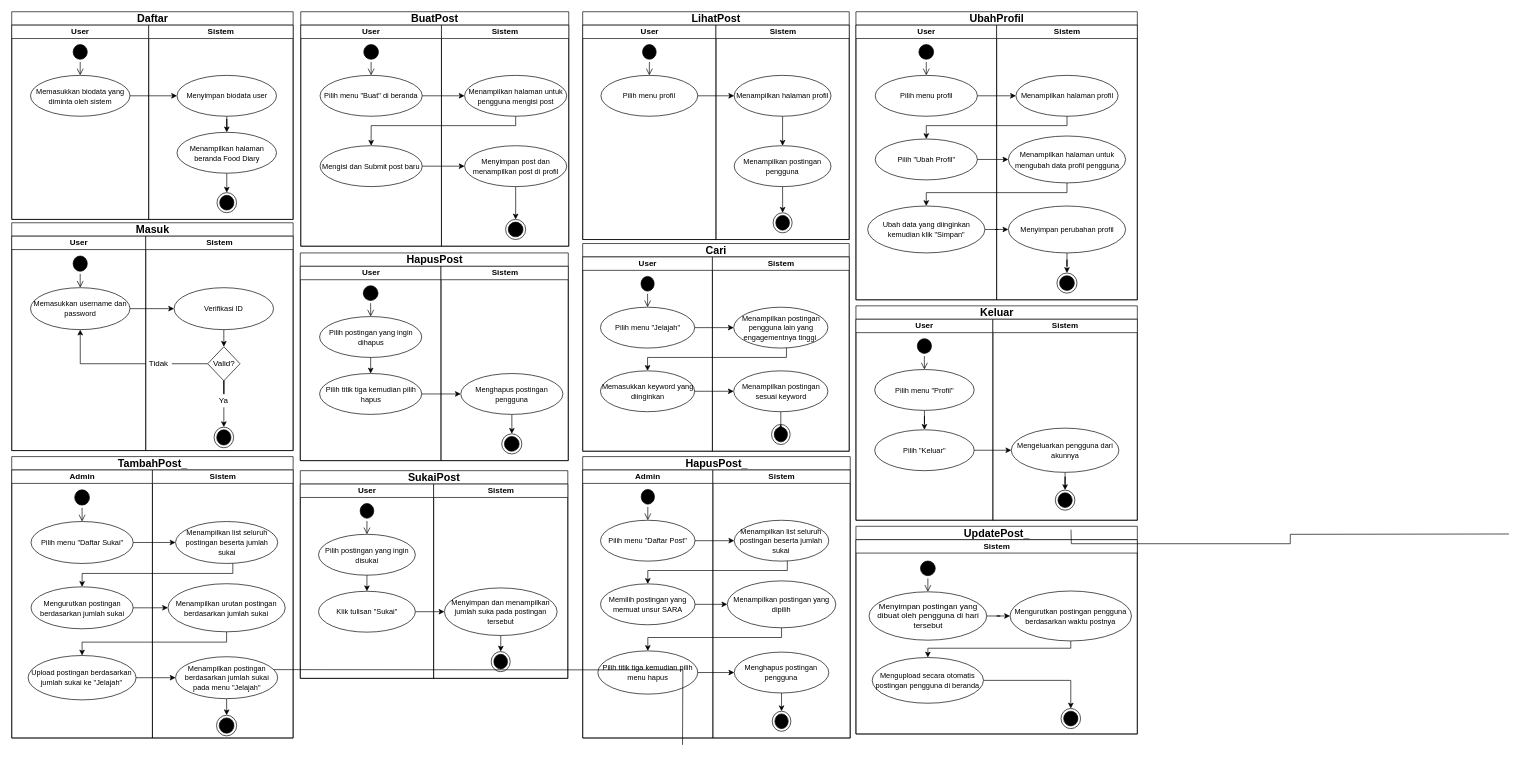
Before: page "Activity Diagram" (2 of 3) of Usecase Diagram, Activity Diagram, dan Class Diagram.drawio in j3c118131/RPL, a draw.io diagram. Source tidied: cells renumbered, new cells numbered last; positions are measured from the earlier drawing's top-left corner, leaving out a move shared by most shapes. Both pictures are drawn from the tidied source at 67%, with x=0, y=0 at pixel (11, 11).
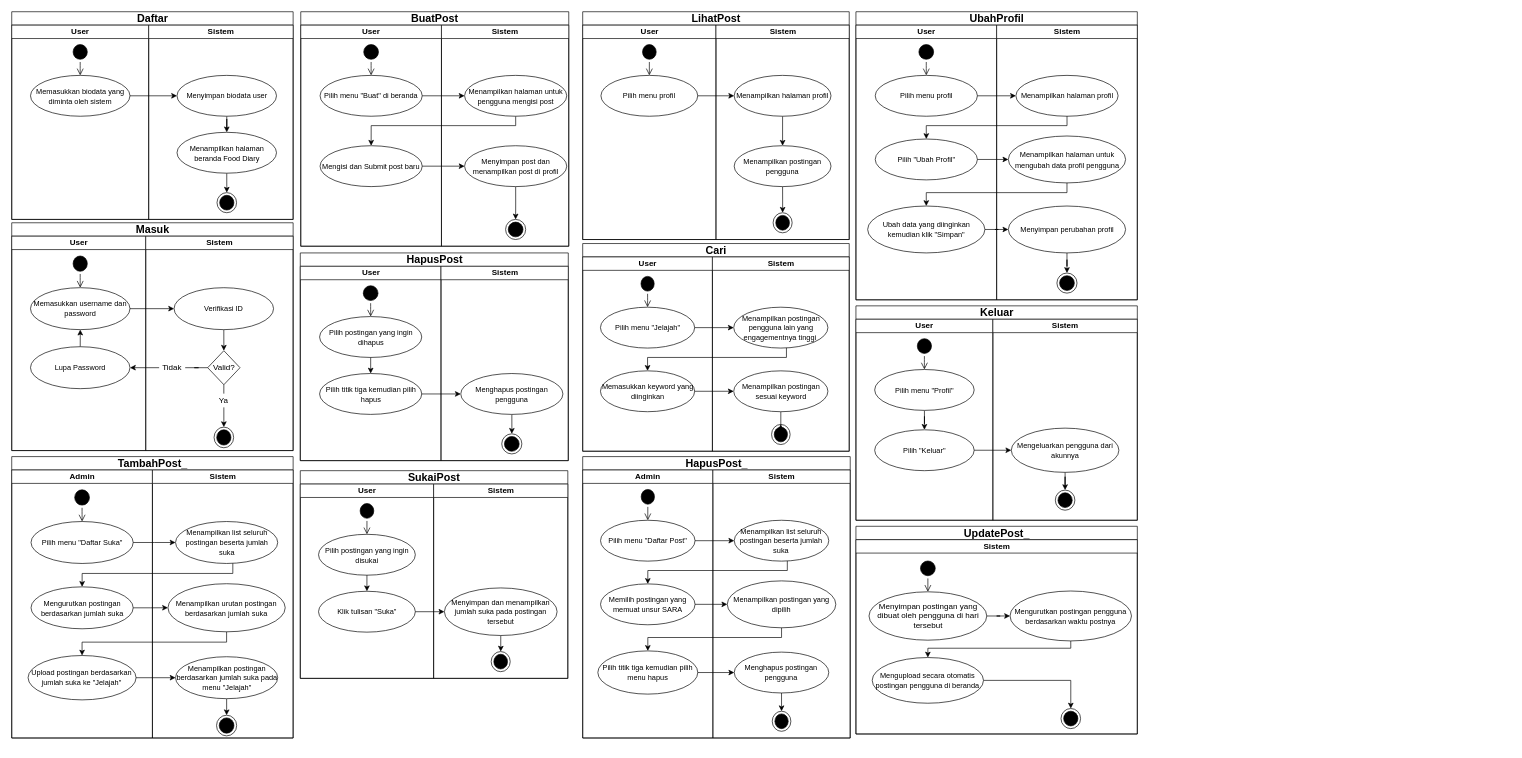
The same page after the edit.

Unchanged cells that the change refers to:
```xml
<mxCell id="45" value="User" style="swimlane;html=1;startSize=20;" parent="44" vertex="1">
  <mxGeometry y="20" width="199" height="290" as="geometry" />
</mxCell>
<mxCell id="96" value="Sistem" style="swimlane;html=1;startSize=20;" parent="89" vertex="1">
  <mxGeometry x="194.3" y="20" width="204.9" height="400" as="geometry" />
</mxCell>
<mxCell id="126" value="Masuk" style="swimlane;html=1;startSize=20;fontSize=16;" parent="1" vertex="1">
  <mxGeometry y="315" width="420" height="340" as="geometry" />
</mxCell>
<mxCell id="127" value="User" style="swimlane;html=1;startSize=20;" parent="126" vertex="1">
  <mxGeometry y="20" width="200" height="320" as="geometry" />
</mxCell>
<mxCell id="128" value="&lt;font style=&quot;font-size: 11px&quot;&gt;Memasukkan username dan password&lt;/font&gt;" style="ellipse;whiteSpace=wrap;html=1;align=center;strokeColor=#000000;fillColor=#FFFFFF;" parent="127" vertex="1">
  <mxGeometry x="28" y="76.9" width="148.5" height="62.6" as="geometry" />
</mxCell>
<mxCell id="132" value="Sistem" style="swimlane;html=1;startSize=20;" parent="126" vertex="1">
  <mxGeometry x="200" y="20" width="220" height="320" as="geometry" />
</mxCell>
<mxCell id="139" value="Ya" style="text;html=1;strokeColor=none;fillColor=none;align=center;verticalAlign=middle;whiteSpace=wrap;rounded=0;" parent="132" vertex="1">
  <mxGeometry x="97.1" y="235" width="38.9" height="20.5" as="geometry" />
</mxCell>
<mxCell id="159" value="Sistem" style="swimlane;html=1;startSize=20;" parent="152" vertex="1">
  <mxGeometry x="204.4" y="20" width="215.6" height="300" as="geometry" />
</mxCell>
<mxCell id="166" value="Admin" style="swimlane;html=1;startSize=20;" parent="165" vertex="1">
  <mxGeometry y="20" width="210" height="400" as="geometry" />
</mxCell>
<mxCell id="172" value="Sistem" style="swimlane;html=1;startSize=20;" parent="165" vertex="1">
  <mxGeometry x="210" y="20" width="210" height="400" as="geometry" />
</mxCell>
```

Diff of the diagram source:
```diff
@@
-    <mxCell id="46" value="&lt;span style=&quot;font-size: 11px&quot;&gt;Klik tulisan &quot;Sukai&quot;&lt;/span&gt;" style="ellipse;whiteSpace=wrap;html=1;align=center;strokeColor=#000000;fillColor=#FFFFFF;" parent="45" vertex="1">
+    <mxCell id="46" value="&lt;span style=&quot;font-size: 11px&quot;&gt;Klik tulisan &quot;Suka&quot;&lt;/span&gt;" style="ellipse;whiteSpace=wrap;html=1;align=center;strokeColor=#000000;fillColor=#FFFFFF;" parent="45" vertex="1">
       <mxGeometry x="27.2" y="160" width="144.5" height="61" as="geometry" />
     </mxCell>
@@
-    <mxCell id="98" value="&lt;span style=&quot;font-size: 11px&quot;&gt;Menampilkan list seluruh postingan beserta jumlah sukai&lt;/span&gt;" style="ellipse;whiteSpace=wrap;html=1;align=center;strokeColor=#000000;fillColor=#FFFFFF;" parent="96" vertex="1">
+    <mxCell id="98" value="&lt;span style=&quot;font-size: 11px&quot;&gt;Menampilkan list seluruh postingan beserta jumlah suka&lt;/span&gt;" style="ellipse;whiteSpace=wrap;html=1;align=center;strokeColor=#000000;fillColor=#FFFFFF;" parent="96" vertex="1">
       <mxGeometry x="31.9" y="75" width="141.1" height="61" as="geometry" />
     </mxCell>
@@
-    <mxCell id="123" value="Tidak" style="text;html=1;strokeColor=none;fillColor=none;align=center;verticalAlign=middle;whiteSpace=wrap;rounded=0;" parent="1" vertex="1">
-      <mxGeometry x="200" y="510" width="38.9" height="30.8" as="geometry" />
-    </mxCell>
-    <mxCell id="124" style="edgeStyle=orthogonalEdgeStyle;rounded=0;jettySize=auto;html=1;endArrow=classic;endFill=1;strokeColor=#000000;entryX=0.5;entryY=1;entryDx=0;entryDy=0;" parent="1" edge="1" source="123" target="128">
-      <mxGeometry relative="1" as="geometry">
-        <Array as="points">
-          <mxPoint x="102" y="525" />
-        </Array>
-      </mxGeometry>
-    </mxCell>
-    <mxCell id="125" style="edgeStyle=orthogonalEdgeStyle;rounded=0;jettySize=auto;html=1;entryX=1;entryY=0.5;entryDx=0;entryDy=0;endArrow=none;endFill=0;strokeColor=#000000;" parent="1" edge="1" source="138" target="123">
-      <mxGeometry relative="1" as="geometry" />
-    </mxCell>
@@
+    <mxCell id="185" style="edgeStyle=orthogonalEdgeStyle;rounded=0;jettySize=auto;html=1;entryX=0.5;entryY=1;entryDx=0;entryDy=0;" parent="127" edge="1" source="186" target="128">
+      <mxGeometry relative="1" as="geometry" />
+    </mxCell>
+    <mxCell id="186" value="&lt;span style=&quot;font-size: 11px&quot;&gt;Lupa Password&lt;/span&gt;" style="ellipse;whiteSpace=wrap;html=1;align=center;strokeColor=#000000;fillColor=#FFFFFF;" parent="127" vertex="1">
+      <mxGeometry x="28" y="165" width="148.5" height="62.6" as="geometry" />
+    </mxCell>
@@
+    <mxCell id="123" value="Tidak" style="text;html=1;strokeColor=none;fillColor=none;align=center;verticalAlign=middle;whiteSpace=wrap;rounded=0;" parent="132" vertex="1">
+      <mxGeometry x="20" y="180.9" width="38.9" height="30.8" as="geometry" />
+    </mxCell>
+    <mxCell id="138" value="Valid?" style="rhombus;whiteSpace=wrap;html=1;strokeColor=#000000;fillColor=#FFFFFF;" parent="132" vertex="1">
+      <mxGeometry x="92.5" y="170.9" width="48.2" height="50.8" as="geometry" />
+    </mxCell>
@@
-    <mxCell id="137" style="edgeStyle=orthogonalEdgeStyle;rounded=0;jettySize=auto;html=1;entryX=0.5;entryY=0;entryDx=0;entryDy=0;strokeColor=#000000;endArrow=none;endFill=0;" parent="132" edge="1" source="138" target="139">
+    <mxCell id="137" style="edgeStyle=orthogonalEdgeStyle;rounded=0;jettySize=auto;html=1;entryX=0.5;entryY=0;entryDx=0;entryDy=0;strokeColor=#000000;endArrow=none;endFill=0;exitX=0.5;exitY=1;exitDx=0;exitDy=0;" parent="132" edge="1" source="138" target="139">
       <mxGeometry relative="1" as="geometry" />
     </mxCell>
-    <mxCell id="138" value="Valid?" style="rhombus;whiteSpace=wrap;html=1;strokeColor=#000000;fillColor=#FFFFFF;" parent="132" vertex="1">
-      <mxGeometry x="92.5" y="165" width="48.2" height="50.8" as="geometry" />
-    </mxCell>
@@
+    <mxCell id="125" style="edgeStyle=orthogonalEdgeStyle;rounded=0;jettySize=auto;html=1;entryX=1;entryY=0.5;entryDx=0;entryDy=0;endArrow=none;endFill=0;strokeColor=#000000;" parent="132" edge="1" source="138" target="123">
+      <mxGeometry relative="1" as="geometry" />
+    </mxCell>
+    <mxCell id="187" style="edgeStyle=orthogonalEdgeStyle;rounded=0;jettySize=auto;html=1;entryX=1;entryY=0.5;entryDx=0;entryDy=0;" parent="126" edge="1" source="123" target="186">
+      <mxGeometry relative="1" as="geometry" />
+    </mxCell>
@@
-    <mxCell id="160" style="edgeStyle=orthogonalEdgeStyle;rounded=0;orthogonalLoop=1;jettySize=auto;html=1;entryX=0.5;entryY=0;entryDx=0;entryDy=0;strokeColor=#000000;endArrow=none;endFill=0;" parent="159" edge="1">
-      <mxGeometry relative="1" as="geometry">
-        <mxPoint x="770.2" y="320.5" as="sourcePoint" />
-        <mxPoint x="116.6" y="314" as="targetPoint" />
-      </mxGeometry>
-    </mxCell>
@@
-    <mxCell id="167" value="&lt;span style=&quot;font-size: 11px&quot;&gt;Upload postingan berdasarkan jumlah sukai ke &quot;Jelajah&quot;&lt;/span&gt;" style="ellipse;whiteSpace=wrap;html=1;align=center;strokeColor=#000000;fillColor=#FFFFFF;" parent="166" vertex="1">
+    <mxCell id="167" value="&lt;span style=&quot;font-size: 11px&quot;&gt;Upload postingan berdasarkan jumlah suka ke &quot;Jelajah&quot;&lt;/span&gt;" style="ellipse;whiteSpace=wrap;html=1;align=center;strokeColor=#000000;fillColor=#FFFFFF;" parent="166" vertex="1">
       <mxGeometry x="24.4" y="276.9" width="161.2" height="66.2" as="geometry" />
     </mxCell>
-    <mxCell id="168" value="&lt;span style=&quot;font-size: 11px&quot;&gt;Pilih menu &quot;Daftar Sukai&quot;&lt;/span&gt;" style="ellipse;whiteSpace=wrap;html=1;align=center;strokeColor=#000000;fillColor=#FFFFFF;" parent="166" vertex="1">
+    <mxCell id="168" value="&lt;span style=&quot;font-size: 11px&quot;&gt;Pilih menu &quot;Daftar Suka&quot;&lt;/span&gt;" style="ellipse;whiteSpace=wrap;html=1;align=center;strokeColor=#000000;fillColor=#FFFFFF;" parent="166" vertex="1">
       <mxGeometry x="28.8" y="76.9" width="152.5" height="62.6" as="geometry" />
     </mxCell>
@@
-    <mxCell id="171" value="&lt;span style=&quot;font-size: 11px&quot;&gt;Mengurutkan postingan berdasarkan jumlah sukai&lt;/span&gt;" style="ellipse;whiteSpace=wrap;html=1;align=center;strokeColor=#000000;fillColor=#FFFFFF;" parent="166" vertex="1">
+    <mxCell id="171" value="&lt;span style=&quot;font-size: 11px&quot;&gt;Mengurutkan postingan berdasarkan jumlah suka&lt;/span&gt;" style="ellipse;whiteSpace=wrap;html=1;align=center;strokeColor=#000000;fillColor=#FFFFFF;" parent="166" vertex="1">
       <mxGeometry x="28.8" y="174.4" width="152.5" height="62.6" as="geometry" />
     </mxCell>
@@
-    <mxCell id="174" style="edgeStyle=orthogonalEdgeStyle;rounded=0;orthogonalLoop=1;jettySize=auto;html=1;entryX=0.5;entryY=0;entryDx=0;entryDy=0;strokeColor=#000000;endArrow=none;endFill=0;" parent="172" edge="1">
-      <mxGeometry relative="1" as="geometry">
-        <mxPoint x="119.8" y="297.9" as="sourcePoint" />
-        <mxPoint x="791.2" y="410.3" as="targetPoint" />
-      </mxGeometry>
-    </mxCell>
-    <mxCell id="175" value="&lt;span style=&quot;font-size: 11px&quot;&gt;Menampilkan list seluruh postingan beserta jumlah sukai&lt;/span&gt;" style="ellipse;whiteSpace=wrap;html=1;align=center;strokeColor=#000000;fillColor=#FFFFFF;" parent="172" vertex="1">
+    <mxCell id="175" value="&lt;span style=&quot;font-size: 11px&quot;&gt;Menampilkan list seluruh postingan beserta jumlah &lt;br&gt;suka&lt;/span&gt;" style="ellipse;whiteSpace=wrap;html=1;align=center;strokeColor=#000000;fillColor=#FFFFFF;" parent="172" vertex="1">
       <mxGeometry x="34.5" y="76.9" width="152.5" height="62.6" as="geometry" />
     </mxCell>
-    <mxCell id="176" value="&lt;span style=&quot;font-size: 11px&quot;&gt;Menampilkan urutan postingan berdasarkan jumlah sukai&lt;/span&gt;" style="ellipse;whiteSpace=wrap;html=1;align=center;strokeColor=#000000;fillColor=#FFFFFF;" parent="172" vertex="1">
+    <mxCell id="176" value="&lt;span style=&quot;font-size: 11px&quot;&gt;Menampilkan urutan postingan berdasarkan jumlah suka&lt;/span&gt;" style="ellipse;whiteSpace=wrap;html=1;align=center;strokeColor=#000000;fillColor=#FFFFFF;" parent="172" vertex="1">
       <mxGeometry x="23.2" y="169.7" width="175" height="71.8" as="geometry" />
     </mxCell>
@@
-    <mxCell id="178" value="&lt;span style=&quot;font-size: 11px&quot;&gt;Menampilkan postingan berdasarkan jumlah sukai pada menu &quot;Jelajah&quot;&lt;/span&gt;" style="ellipse;whiteSpace=wrap;html=1;align=center;strokeColor=#000000;fillColor=#FFFFFF;" parent="172" vertex="1">
+    <mxCell id="178" value="&lt;span style=&quot;font-size: 11px&quot;&gt;Menampilkan postingan berdasarkan jumlah suka pada menu &quot;Jelajah&quot;&lt;/span&gt;" style="ellipse;whiteSpace=wrap;html=1;align=center;strokeColor=#000000;fillColor=#FFFFFF;" parent="172" vertex="1">
       <mxGeometry x="34.5" y="278.7" width="152.5" height="62.6" as="geometry" />
     </mxCell>
```
